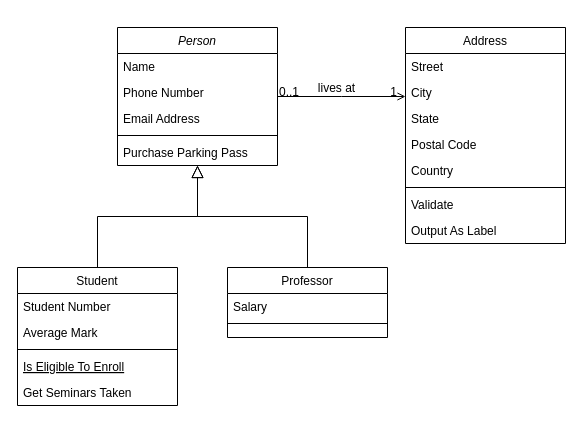
goncl/html5css3 keeps this draw.io diagram as PacMac.drawio. Above is the earlier version. Source tidied: cells renumbered, new cells numbered last; positions are measured from the earlier drawing's top-left corner, leaving out a move shared by most shapes. Both pictures are drawn from the tidied source at 100%, with x=0, y=0 at pixel (17, 27).
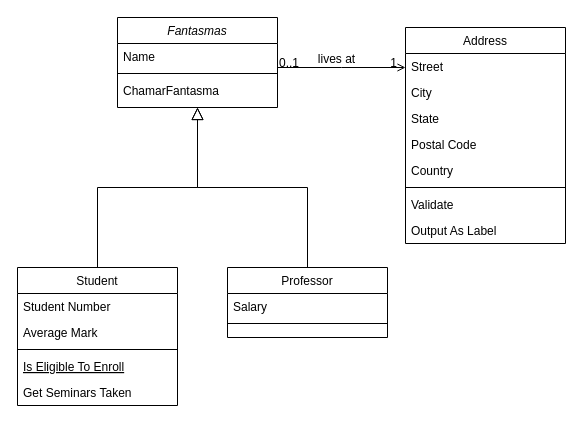
The same page after the edit.

Diff of the diagram source:
```diff
@@
-    <mxCell id="2" value="Person" style="swimlane;fontStyle=2;align=center;verticalAlign=top;horizontal=1;startSize=26;rounded=0;shadow=0;strokeWidth=1;" parent="1" vertex="1">
-      <mxGeometry x="100" width="160" height="138" as="geometry" />
+    <mxCell id="2" value="Fantasmas" style="swimlane;fontStyle=2;align=center;verticalAlign=top;horizontal=1;startSize=26;rounded=0;shadow=0;strokeWidth=1;" parent="1" vertex="1">
+      <mxGeometry x="100" y="-10" width="160" height="90" as="geometry" />
     </mxCell>
@@
-    <mxCell id="4" value="Phone Number" style="text;align=left;verticalAlign=top;spacingLeft=4;spacingRight=4;overflow=hidden;rounded=0;shadow=0;html=0;" parent="2" vertex="1">
-      <mxGeometry y="52" width="160" height="26" as="geometry" />
-    </mxCell>
-    <mxCell id="5" value="Email Address" style="text;align=left;verticalAlign=top;spacingLeft=4;spacingRight=4;overflow=hidden;rounded=0;shadow=0;html=0;" parent="2" vertex="1">
-      <mxGeometry y="78" width="160" height="26" as="geometry" />
-    </mxCell>
     <mxCell id="6" style="line;html=1;strokeWidth=1;align=left;verticalAlign=middle;spacingTop=-1;spacingLeft=3;spacingRight=3;labelPosition=right;" parent="2" vertex="1">
-      <mxGeometry y="104" width="160" height="8" as="geometry" />
+      <mxGeometry y="52" width="160" height="8" as="geometry" />
     </mxCell>
-    <mxCell id="7" value="Purchase Parking Pass" style="text;align=left;verticalAlign=top;spacingLeft=4;spacingRight=4;overflow=hidden;" parent="2" vertex="1">
-      <mxGeometry y="112" width="160" height="26" as="geometry" />
+    <mxCell id="7" value="ChamarFantasma" style="text;align=left;verticalAlign=top;spacingLeft=4;spacingRight=4;overflow=hidden;" parent="2" vertex="1">
+      <mxGeometry y="60" width="160" height="26" as="geometry" />
     </mxCell>
```
